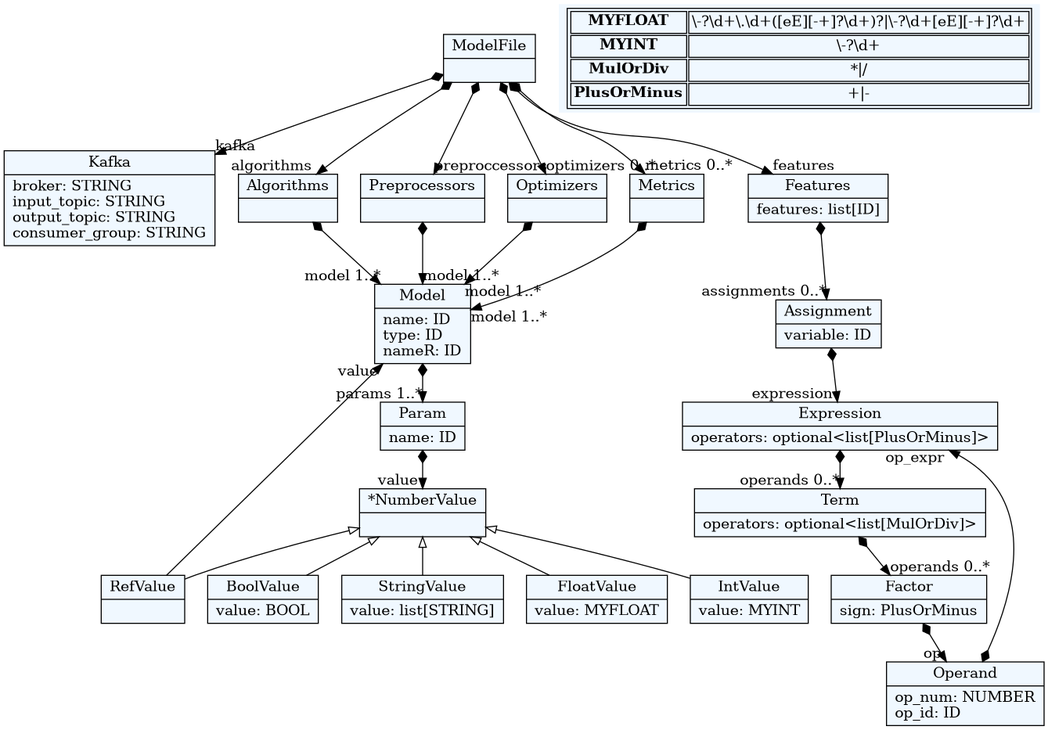
Above: beaver/beaver.dot.png in deepblue597/beaver (Graphviz), before the change. Its source is kept beside it as beaver/beaver.dot.
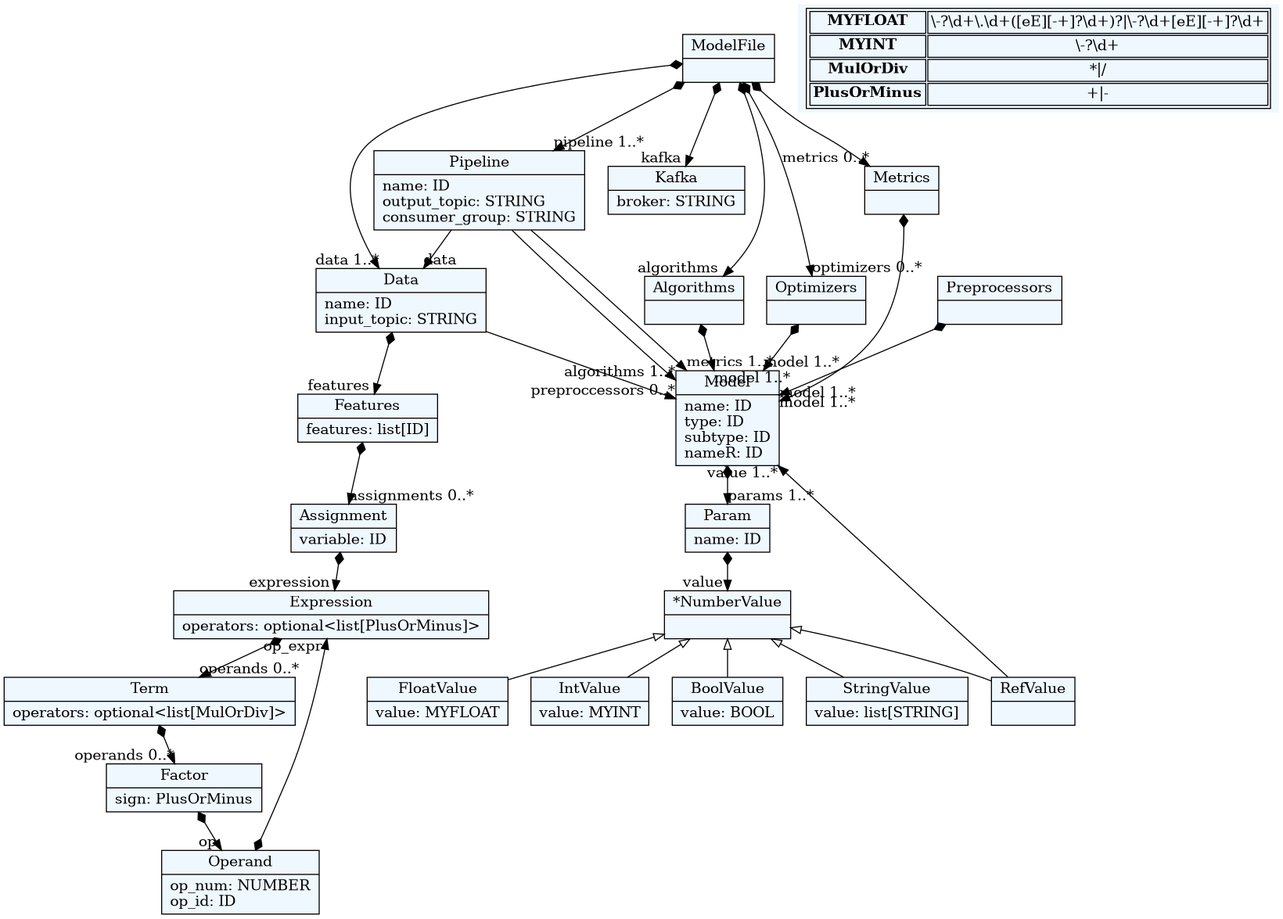
The same diagram one commit later.

What changed in the source:
```diff
@@ -10,72 +10,81 @@
     edge[dir=black,arrowtail=empty]
 
 
-134169707374944[ label="{ModelFile|}"]
+131683838011168[ label="{ModelFile|}"]
 
-134169703550800[ label="{Kafka|broker: STRING\linput_topic: STRING\loutput_topic: STRING\lconsumer_group: STRING\l}"]
+131683838002000[ label="{Pipeline|name: ID\loutput_topic: STRING\lconsumer_group: STRING\l}"]
 
-134169703550128[ label="{Algorithms|}"]
+131683845880000[ label="{Data|name: ID\linput_topic: STRING\l}"]
 
-134169703557472[ label="{Preprocessors|}"]
+131683837616512[ label="{Kafka|broker: STRING\l}"]
 
-134169703558048[ label="{Optimizers|}"]
+131683837624240[ label="{Algorithms|}"]
 
-134169703549744[ label="{Metrics|}"]
+131683837621648[ label="{Preprocessors|}"]
 
-134169703637040[ label="{Model|name: ID\ltype: ID\lnameR: ID\l}"]
+131683837623088[ label="{Optimizers|}"]
 
-134169703633536[ label="{Param|name: ID\l}"]
+131683837624144[ label="{Metrics|}"]
 
-134169703635600[ label="{*NumberValue|}"]
+131683837616800[ label="{Model|name: ID\ltype: ID\lsubtype: ID\lnameR: ID\l}"]
 
-134169703631136[ label="{RefValue|}"]
+131683837615648[ label="{Param|name: ID\l}"]
 
-134169703632768[ label="{BoolValue|value: BOOL\l}"]
+131683837613104[ label="{*NumberValue|}"]
 
-134169703633920[ label="{StringValue|value: list[STRING]\l}"]
+131683837613008[ label="{RefValue|}"]
 
-134169705036496[ label="{FloatValue|value: MYFLOAT\l}"]
+131683837610896[ label="{BoolValue|value: BOOL\l}"]
 
-134169705034192[ label="{IntValue|value: MYINT\l}"]
+131683839356528[ label="{StringValue|value: list[STRING]\l}"]
 
-134169708490736[ label="{Features|features: list[ID]\l}"]
+131683839360992[ label="{FloatValue|value: MYFLOAT\l}"]
 
-134169703637184[ label="{Assignment|variable: ID\l}"]
+131683839356432[ label="{IntValue|value: MYINT\l}"]
 
-134169703640592[ label="{Expression|operators: optional\<list[PlusOrMinus]\>\l}"]
+131683838215328[ label="{Features|features: list[ID]\l}"]
 
-134169703641264[ label="{Term|operators: optional\<list[MulOrDiv]\>\l}"]
+131683838214704[ label="{Assignment|variable: ID\l}"]
 
-134169703631280[ label="{Factor|sign: PlusOrMinus\l}"]
+131683838214224[ label="{Expression|operators: optional\<list[PlusOrMinus]\>\l}"]
 
-134169703638864[ label="{Operand|op_num: NUMBER\lop_id: ID\l}"]
+131683838214416[ label="{Term|operators: optional\<list[MulOrDiv]\>\l}"]
+
+131683838215040[ label="{Factor|sign: PlusOrMinus\l}"]
+
+131683838215136[ label="{Operand|op_num: NUMBER\lop_id: ID\l}"]
 
 
 
-134169707374944 -> 134169703550800[arrowtail=diamond, dir=both, headlabel="kafka "]
-134169707374944 -> 134169708490736[arrowtail=diamond, dir=both, headlabel="features "]
-134169707374944 -> 134169703550128[arrowtail=diamond, dir=both, headlabel="algorithms "]
-134169707374944 -> 134169703557472[arrowtail=diamond, dir=both, headlabel="preproccessors "]
-134169707374944 -> 134169703558048[arrowtail=diamond, dir=both, headlabel="optimizers 0..*"]
-134169707374944 -> 134169703549744[arrowtail=diamond, dir=both, headlabel="metrics 0..*"]
-134169703550128 -> 134169703637040[arrowtail=diamond, dir=both, headlabel="model 1..*"]
-134169703557472 -> 134169703637040[arrowtail=diamond, dir=both, headlabel="model 1..*"]
-134169703558048 -> 134169703637040[arrowtail=diamond, dir=both, headlabel="model 1..*"]
-134169703549744 -> 134169703637040[arrowtail=diamond, dir=both, headlabel="model 1..*"]
-134169703637040 -> 134169703633536[arrowtail=diamond, dir=both, headlabel="params 1..*"]
-134169703633536 -> 134169703635600[arrowtail=diamond, dir=both, headlabel="value "]
-134169703635600 -> 134169705036496 [dir=back]
-134169703635600 -> 134169705034192 [dir=back]
-134169703635600 -> 134169703633920 [dir=back]
-134169703635600 -> 134169703632768 [dir=back]
-134169703635600 -> 134169703631136 [dir=back]
-134169703631136 -> 134169703637040[headlabel="value "]
-134169708490736 -> 134169703637184[arrowtail=diamond, dir=both, headlabel="assignments 0..*"]
-134169703637184 -> 134169703640592[arrowtail=diamond, dir=both, headlabel="expression "]
-134169703640592 -> 134169703641264[arrowtail=diamond, dir=both, headlabel="operands 0..*"]
-134169703641264 -> 134169703631280[arrowtail=diamond, dir=both, headlabel="operands 0..*"]
-134169703631280 -> 134169703638864[arrowtail=diamond, dir=both, headlabel="op "]
-134169703638864 -> 134169703640592[arrowtail=diamond, dir=both, headlabel="op_expr "]
+131683838011168 -> 131683838002000[arrowtail=diamond, dir=both, headlabel="pipeline 1..*"]
+131683838011168 -> 131683837616512[arrowtail=diamond, dir=both, headlabel="kafka "]
+131683838011168 -> 131683845880000[arrowtail=diamond, dir=both, headlabel="data 1..*"]
+131683838011168 -> 131683837624240[arrowtail=diamond, dir=both, headlabel="algorithms "]
+131683838011168 -> 131683837623088[arrowtail=diamond, dir=both, headlabel="optimizers 0..*"]
+131683838011168 -> 131683837624144[arrowtail=diamond, dir=both, headlabel="metrics 0..*"]
+131683838002000 -> 131683845880000[headlabel="data "]
+131683838002000 -> 131683837616800[headlabel="algorithms 1..*"]
+131683838002000 -> 131683837616800[headlabel="metrics 1..*"]
+131683845880000 -> 131683838215328[arrowtail=diamond, dir=both, headlabel="features "]
+131683845880000 -> 131683837616800[headlabel="preproccessors 0..*"]
+131683837624240 -> 131683837616800[arrowtail=diamond, dir=both, headlabel="model 1..*"]
+131683837621648 -> 131683837616800[arrowtail=diamond, dir=both, headlabel="model 1..*"]
+131683837623088 -> 131683837616800[arrowtail=diamond, dir=both, headlabel="model 1..*"]
+131683837624144 -> 131683837616800[arrowtail=diamond, dir=both, headlabel="model 1..*"]
+131683837616800 -> 131683837615648[arrowtail=diamond, dir=both, headlabel="params 1..*"]
+131683837615648 -> 131683837613104[arrowtail=diamond, dir=both, headlabel="value "]
+131683837613104 -> 131683839360992 [dir=back]
+131683837613104 -> 131683839356432 [dir=back]
+131683837613104 -> 131683839356528 [dir=back]
+131683837613104 -> 131683837610896 [dir=back]
+131683837613104 -> 131683837613008 [dir=back]
+131683837613008 -> 131683837616800[headlabel="value 1..*"]
+131683838215328 -> 131683838214704[arrowtail=diamond, dir=both, headlabel="assignments 0..*"]
+131683838214704 -> 131683838214224[arrowtail=diamond, dir=both, headlabel="expression "]
+131683838214224 -> 131683838214416[arrowtail=diamond, dir=both, headlabel="operands 0..*"]
+131683838214416 -> 131683838215040[arrowtail=diamond, dir=both, headlabel="operands 0..*"]
+131683838215040 -> 131683838215136[arrowtail=diamond, dir=both, headlabel="op "]
+131683838215136 -> 131683838214224[arrowtail=diamond, dir=both, headlabel="op_expr "]
 match_rules [ shape=plaintext, label=< <table>
 	<tr>
 		<td><b>MYFLOAT</b></td><td>\-?\d+\.\d+([eE][-+]?\d+)?|\-?\d+[eE][-+]?\d+</td>
```
